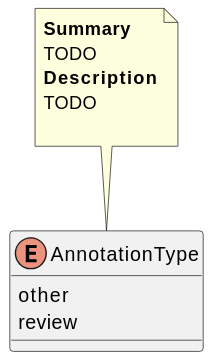
maxhbr/spec-parser.hs keeps this PlantUML diagram as Vocabularies/AnnotationType.svg. Above is the earlier version.
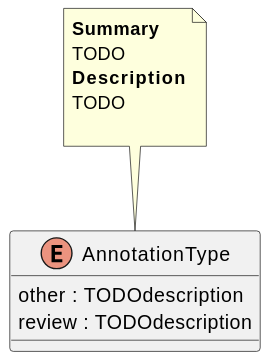
After the change.

Change to the diagram source:
```diff
@@ -1,7 +1,7 @@
 @startuml
 enum AnnotationType {
-    other
-    review
+    other : TODOdescription
+    review : TODOdescription
 }
 note top of AnnotationType
 <b>Summary</b>
```
